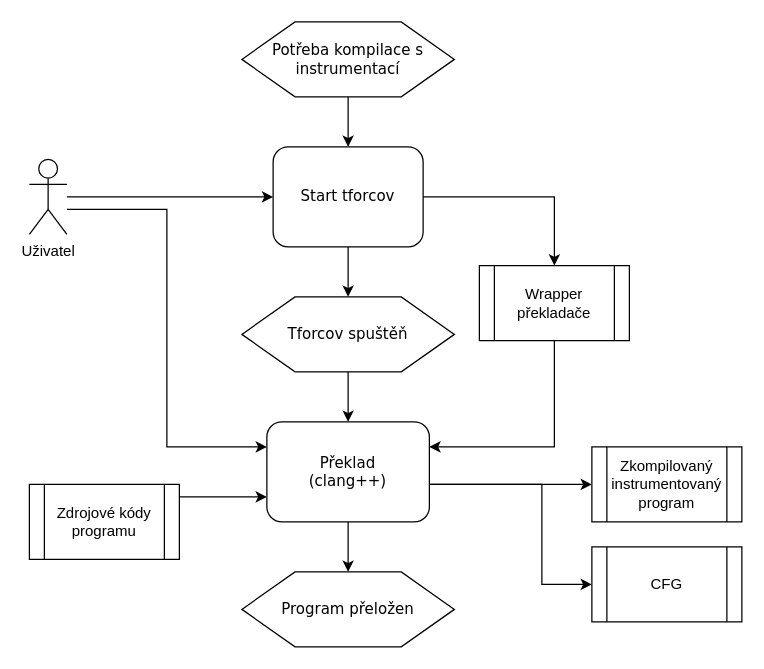
petkapou/DIP_diagrams keeps this draw.io diagram as epc_compile.drawio. Above is the earlier version. Source tidied: cells renumbered, new cells numbered last; positions are measured from the earlier drawing's top-left corner, leaving out a move shared by most shapes. Both pictures are drawn from the tidied source at 125%, with x=0, y=0 at pixel (29, 21).
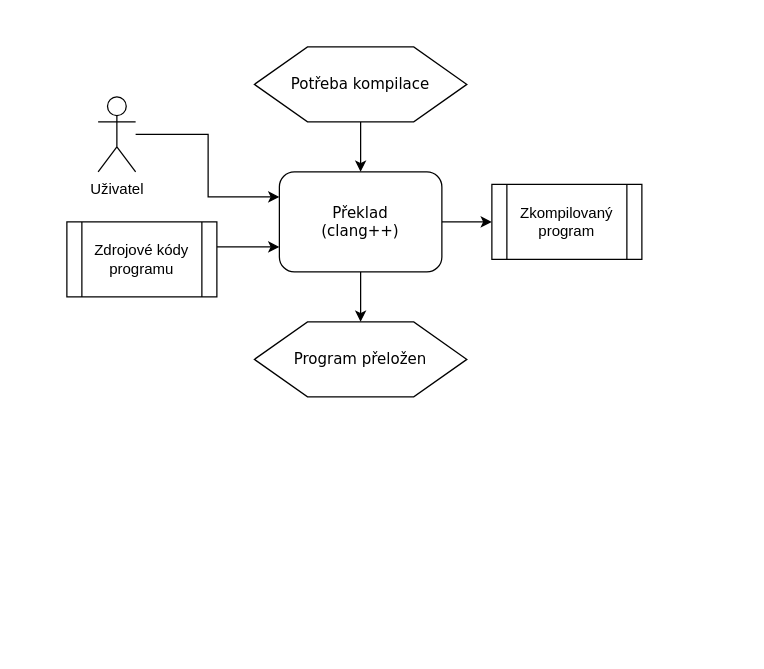
The same diagram, later.

What changed in the source:
```diff
@@
     <mxCell id="2" style="edgeStyle=orthogonalEdgeStyle;rounded=0;jettySize=auto;html=1;" parent="1" edge="1" source="3" target="15">
       <mxGeometry relative="1" as="geometry">
         <Array as="points">
-          <mxPoint x="140" y="380" />
-          <mxPoint x="140" y="380" />
+          <mxPoint x="180" y="180" />
+          <mxPoint x="180" y="180" />
         </Array>
       </mxGeometry>
     </mxCell>
     <mxCell id="3" value="Zdrojové kódy programu" style="shape=process;whiteSpace=wrap;html=1;backgroundOutline=1;" parent="1" vertex="1">
-      <mxGeometry y="370" width="120" height="60" as="geometry" />
+      <mxGeometry x="30" y="160" width="120" height="60" as="geometry" />
     </mxCell>
-    <mxCell id="4" style="edgeStyle=orthogonalEdgeStyle;rounded=0;jettySize=auto;html=1;" parent="1" edge="1" source="6" target="11">
-      <mxGeometry relative="1" as="geometry" />
-    </mxCell>
     <mxCell id="5" style="edgeStyle=orthogonalEdgeStyle;rounded=0;jettySize=auto;html=1;" parent="1" edge="1" source="6" target="15">
       <mxGeometry relative="1" as="geometry">
         <Array as="points">
-          <mxPoint x="110" y="150" />
-          <mxPoint x="110" y="340" />
+          <mxPoint x="143" y="90" />
+          <mxPoint x="143" y="140" />
         </Array>
       </mxGeometry>
     </mxCell>
     <mxCell id="6" value="Uživatel" style="shape=umlActor;verticalLabelPosition=bottom;verticalAlign=top;html=1;outlineConnect=0;" parent="1" vertex="1">
-      <mxGeometry y="110" width="30" height="60" as="geometry" />
+      <mxGeometry x="55" y="60" width="30" height="60" as="geometry" />
     </mxCell>
-    <mxCell id="7" style="edgeStyle=orthogonalEdgeStyle;rounded=0;jettySize=auto;html=1;" parent="1" edge="1" source="8" target="11">
+    <mxCell id="7" style="edgeStyle=orthogonalEdgeStyle;rounded=0;jettySize=auto;html=1;" parent="1" edge="1" source="8" target="15">
       <mxGeometry relative="1" as="geometry" />
     </mxCell>
-    <mxCell id="8" value="Potřeba kompilace s instrumentací" style="shape=hexagon;perimeter=hexagonPerimeter;whiteSpace=wrap;html=1;rounded=0;shadow=0;labelBackgroundColor=none;strokeWidth=1;fontFamily=Verdana;fontSize=12;align=center;" parent="1" vertex="1">
-      <mxGeometry x="170" width="170" height="60" as="geometry" />
+    <mxCell id="8" value="Potřeba kompilace" style="shape=hexagon;perimeter=hexagonPerimeter;whiteSpace=wrap;html=1;rounded=0;shadow=0;labelBackgroundColor=none;strokeWidth=1;fontFamily=Verdana;fontSize=12;align=center;" parent="1" vertex="1">
+      <mxGeometry x="180" y="20" width="170" height="60" as="geometry" />
     </mxCell>
-    <mxCell id="9" style="edgeStyle=orthogonalEdgeStyle;rounded=0;jettySize=auto;html=1;" parent="1" edge="1" source="11" target="20">
-      <mxGeometry relative="1" as="geometry" />
-    </mxCell>
-    <mxCell id="10" style="edgeStyle=orthogonalEdgeStyle;rounded=0;jettySize=auto;html=1;" parent="1" edge="1" source="11" target="18">
-      <mxGeometry relative="1" as="geometry" />
-    </mxCell>
-    <mxCell id="11" value="Start tforcov" style="rounded=1;whiteSpace=wrap;html=1;shadow=0;labelBackgroundColor=none;strokeWidth=1;fontFamily=Verdana;fontSize=12;align=center;" parent="1" vertex="1">
-      <mxGeometry x="195" y="100" width="120" height="80" as="geometry" />
-    </mxCell>
     <mxCell id="12" style="edgeStyle=orthogonalEdgeStyle;rounded=0;jettySize=auto;html=1;" parent="1" edge="1" source="15" target="16">
       <mxGeometry relative="1" as="geometry">
         <Array as="points">
-          <mxPoint x="390" y="370" />
-          <mxPoint x="390" y="370" />
+          <mxPoint x="400" y="170" />
+          <mxPoint x="400" y="170" />
         </Array>
       </mxGeometry>
     </mxCell>
-    <mxCell id="13" style="edgeStyle=orthogonalEdgeStyle;rounded=0;jettySize=auto;html=1;" parent="1" edge="1" source="15" target="21">
-      <mxGeometry relative="1" as="geometry">
-        <Array as="points">
-          <mxPoint x="410" y="370" />
-          <mxPoint x="410" y="450" />
-        </Array>
-      </mxGeometry>
-    </mxCell>
@@
     <mxCell id="15" value="Překlad&lt;br&gt;(clang++)" style="rounded=1;whiteSpace=wrap;html=1;shadow=0;labelBackgroundColor=none;strokeWidth=1;fontFamily=Verdana;fontSize=12;align=center;" parent="1" vertex="1">
-      <mxGeometry x="190" y="320" width="130" height="80" as="geometry" />
+      <mxGeometry x="200" y="120" width="130" height="80" as="geometry" />
     </mxCell>
-    <mxCell id="16" value="Zkompilovaný instrumentovaný program" style="shape=process;whiteSpace=wrap;html=1;backgroundOutline=1;" parent="1" vertex="1">
-      <mxGeometry x="450" y="340" width="120" height="60" as="geometry" />
+    <mxCell id="16" value="Zkompilovaný program" style="shape=process;whiteSpace=wrap;html=1;backgroundOutline=1;" parent="1" vertex="1">
+      <mxGeometry x="370" y="130" width="120" height="60" as="geometry" />
     </mxCell>
-    <mxCell id="17" style="edgeStyle=orthogonalEdgeStyle;rounded=0;jettySize=auto;html=1;" parent="1" edge="1" source="18" target="15">
-      <mxGeometry relative="1" as="geometry" />
-    </mxCell>
-    <mxCell id="18" value="Tforcov spuštěň" style="shape=hexagon;perimeter=hexagonPerimeter;whiteSpace=wrap;html=1;rounded=0;shadow=0;labelBackgroundColor=none;strokeWidth=1;fontFamily=Verdana;fontSize=12;align=center;" parent="1" vertex="1">
-      <mxGeometry x="170" y="220" width="170" height="60" as="geometry" />
-    </mxCell>
-    <mxCell id="19" style="edgeStyle=orthogonalEdgeStyle;rounded=0;jettySize=auto;html=1;" parent="1" edge="1" source="20" target="15">
-      <mxGeometry relative="1" as="geometry">
-        <Array as="points">
-          <mxPoint x="420" y="340" />
-        </Array>
-      </mxGeometry>
-    </mxCell>
-    <mxCell id="20" value="Wrapper překladače" style="shape=process;whiteSpace=wrap;html=1;backgroundOutline=1;" parent="1" vertex="1">
-      <mxGeometry x="360" y="195" width="120" height="60" as="geometry" />
-    </mxCell>
-    <mxCell id="21" value="CFG" style="shape=process;whiteSpace=wrap;html=1;backgroundOutline=1;" parent="1" vertex="1">
-      <mxGeometry x="450" y="420" width="120" height="60" as="geometry" />
-    </mxCell>
     <mxCell id="22" value="Program přeložen" style="shape=hexagon;perimeter=hexagonPerimeter;whiteSpace=wrap;html=1;rounded=0;shadow=0;labelBackgroundColor=none;strokeWidth=1;fontFamily=Verdana;fontSize=12;align=center;" parent="1" vertex="1">
-      <mxGeometry x="170" y="440" width="170" height="60" as="geometry" />
+      <mxGeometry x="180" y="240" width="170" height="60" as="geometry" />
     </mxCell>
```
